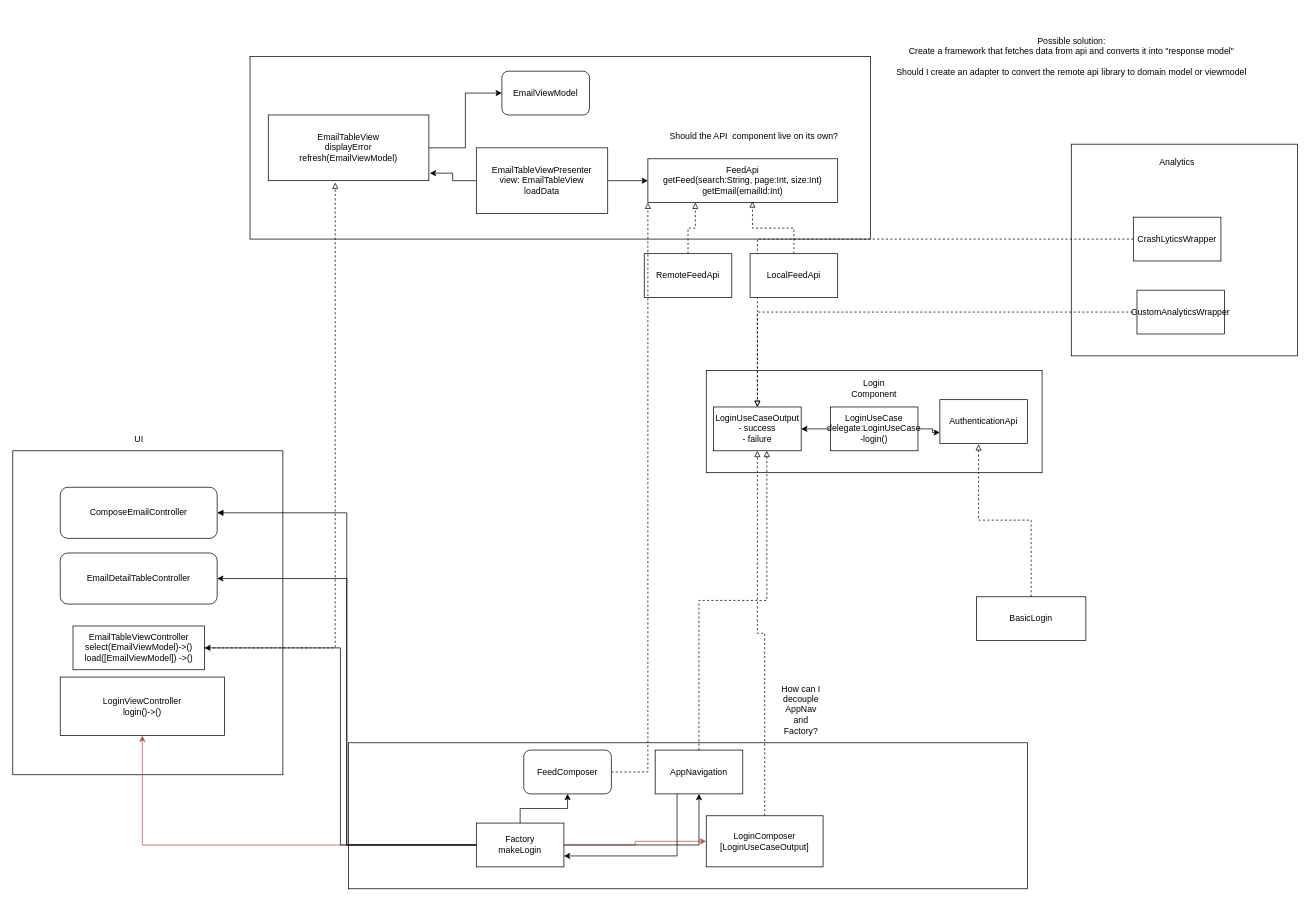
Earlier version of the draw.io diagram gmail.drawio (eak65/EmailClientArch). Source tidied: cells renumbered, new cells numbered last; positions are measured from the earlier drawing's top-left corner, leaving out a move shared by most shapes. Both pictures are drawn from the tidied source at 73%, with x=0, y=0 at pixel (12, 34).
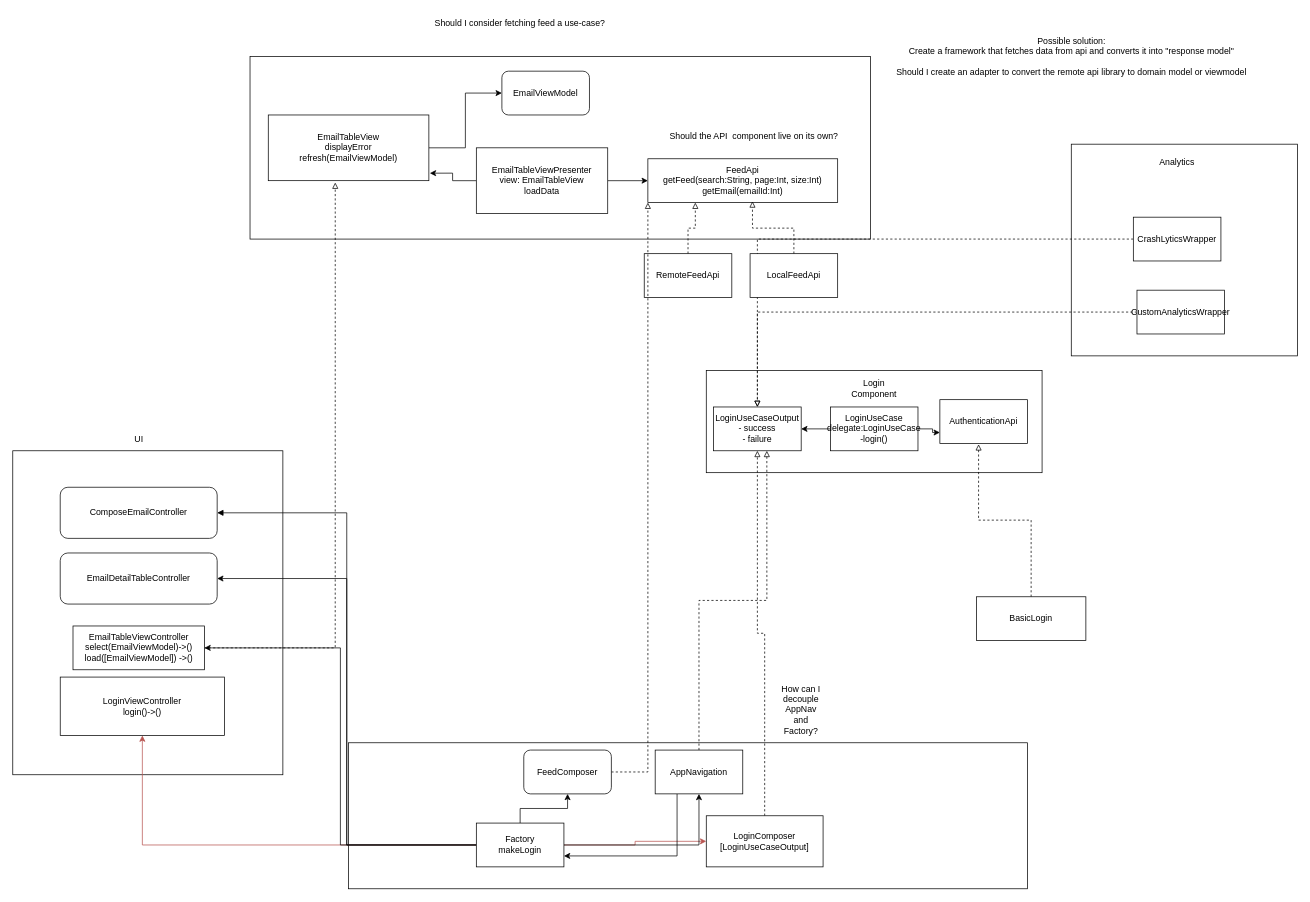
The same page after the edit.

The edit, as a diff of the source:
```diff
@@
+    <mxCell id="55" value="Should I consider fetching feed a use-case?" style="text;html=1;strokeColor=none;fillColor=none;align=center;verticalAlign=middle;whiteSpace=wrap;rounded=0;" parent="1" vertex="1">
+      <mxGeometry x="515" y="-30" width="360" height="30" as="geometry" />
+    </mxCell>
```
